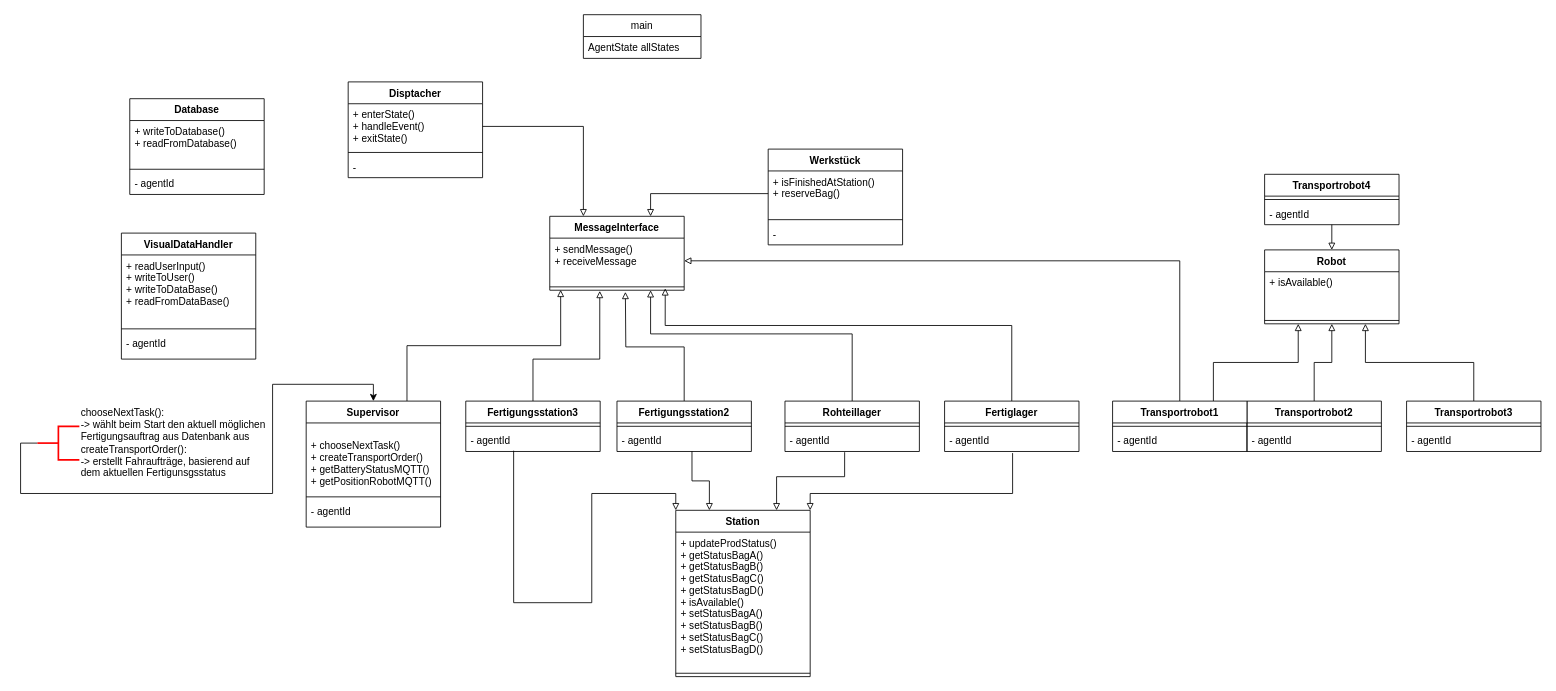
The draw.io diagram Planung/Klassendiagramm.drawio in Nuramon4/Gewerk1, before the edit. Source tidied: cells renumbered, new cells numbered last; positions are measured from the earlier drawing's top-left corner, leaving out a move shared by most shapes. Both pictures are drawn from the tidied source at 84%, with x=0, y=0 at pixel (20, 14).
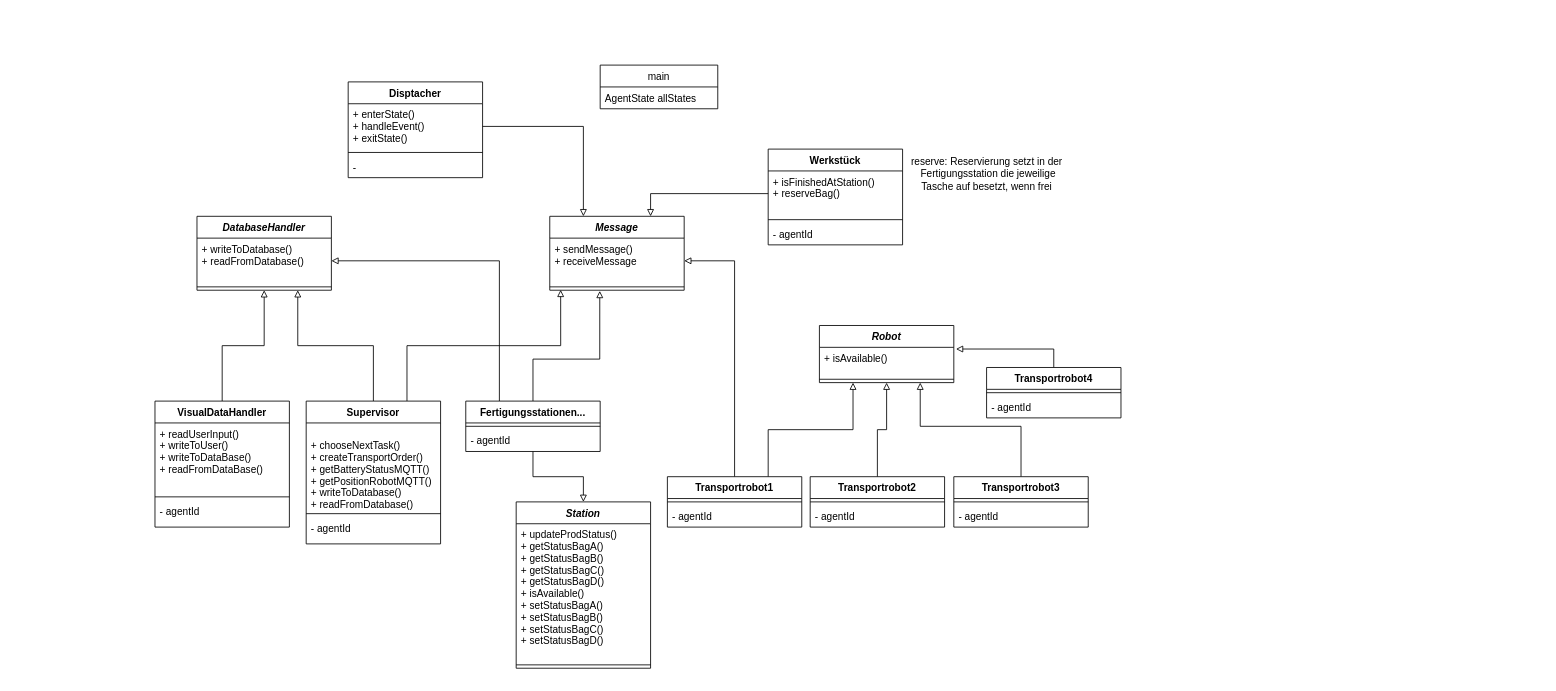
The same diagram, later.

Commit message (it also covers changes not shown here):
alternatives KLD hinzugefpgt, Fahraufträge einzeln, ER-Diagramm erweitert, sontige Anpassungen

Unchanged cells that the change refers to:
```xml
<mxCell id="5" value="- agentId" style="text;strokeColor=none;fillColor=none;align=left;verticalAlign=top;spacingLeft=4;spacingRight=4;overflow=hidden;points=[[0,0.5],[1,0.5]];portConstraint=eastwest;" parent="3" vertex="1">
  <mxGeometry y="34" width="160" height="26" as="geometry" />
</mxCell>
<mxCell id="15" value="Werkstück" style="swimlane;fontStyle=1;align=center;verticalAlign=top;horizontal=1;startSize=26;" parent="1" vertex="1">
  <mxGeometry x="890" y="160" width="160" height="114" as="geometry" />
</mxCell>
<mxCell id="53" style="line;strokeWidth=1;fillColor=none;align=left;verticalAlign=middle;spacingTop=-1;spacingLeft=3;spacingRight=3;labelPosition=right;points=[];portConstraint=eastwest;strokeColor=inherit;" parent="51" vertex="1">
  <mxGeometry y="80" width="160" height="8" as="geometry" />
</mxCell>
<mxCell id="64" value="+ writeToDatabase()&#10;+ readFromDatabase()" style="text;strokeColor=none;fillColor=none;align=left;verticalAlign=top;spacingLeft=4;spacingRight=4;overflow=hidden;points=[[0,0.5],[1,0.5]];portConstraint=eastwest;" parent="63" vertex="1">
  <mxGeometry y="26" width="160" height="54" as="geometry" />
</mxCell>
```

What changed in the source:
```diff
@@
+    <mxCell id="75" style="edgeStyle=orthogonalEdgeStyle;rounded=0;jettySize=auto;html=1;exitX=0.25;exitY=0;exitDx=0;exitDy=0;entryX=1;entryY=0.5;entryDx=0;entryDy=0;endArrow=block;endFill=0;" parent="1" edge="1" source="3" target="64">
+      <mxGeometry relative="1" as="geometry" />
+    </mxCell>
+    <mxCell id="76" style="edgeStyle=orthogonalEdgeStyle;rounded=0;jettySize=auto;html=1;exitX=0.5;exitY=1;exitDx=0;exitDy=0;entryX=0.5;entryY=0;entryDx=0;entryDy=0;endArrow=block;endFill=0;" parent="1" edge="1" source="3" target="60">
+      <mxGeometry relative="1" as="geometry" />
+    </mxCell>
-    <mxCell id="3" value="Fertigungsstation3" style="swimlane;fontStyle=1;align=center;verticalAlign=top;horizontal=1;startSize=26;" parent="1" vertex="1">
+    <mxCell id="3" value="Fertigungsstationen..." style="swimlane;fontStyle=1;align=center;verticalAlign=top;horizontal=1;startSize=26;" parent="1" vertex="1">
       <mxGeometry x="530" y="460" width="160" height="60" as="geometry" />
     </mxCell>
@@
-    <mxCell id="6" style="edgeStyle=orthogonalEdgeStyle;rounded=0;jettySize=auto;html=1;exitX=0.5;exitY=0;exitDx=0;exitDy=0;entryX=0.75;entryY=1;entryDx=0;entryDy=0;startArrow=none;startFill=0;endArrow=block;endFill=0;" parent="1" edge="1" source="7" target="68">
-      <mxGeometry relative="1" as="geometry" />
+    <mxCell id="6" style="edgeStyle=orthogonalEdgeStyle;rounded=0;jettySize=auto;html=1;exitX=0.5;exitY=0;exitDx=0;exitDy=0;entryX=0.75;entryY=1;entryDx=0;entryDy=0;startArrow=none;startFill=0;endArrow=block;endFill=0;" parent="1" edge="1" target="68">
+      <mxGeometry relative="1" as="geometry">
+        <mxPoint x="1191" y="550" as="sourcePoint" />
+        <Array as="points">
+          <mxPoint x="1191" y="490" />
+          <mxPoint x="1071" y="490" />
+        </Array>
+      </mxGeometry>
     </mxCell>
     <mxCell id="7" value="Transportrobot3" style="swimlane;fontStyle=1;align=center;verticalAlign=top;horizontal=1;startSize=26;" parent="1" vertex="1">
-      <mxGeometry x="1650" y="460" width="160" height="60" as="geometry" />
+      <mxGeometry x="1111" y="550" width="160" height="60" as="geometry" />
     </mxCell>
@@
+    <mxCell id="77" style="edgeStyle=orthogonalEdgeStyle;rounded=0;jettySize=auto;html=1;exitX=0.5;exitY=0;exitDx=0;exitDy=0;entryX=0.75;entryY=1;entryDx=0;entryDy=0;endArrow=block;endFill=0;" parent="1" edge="1" source="11" target="63">
+      <mxGeometry relative="1" as="geometry" />
+    </mxCell>
     <mxCell id="11" value="Supervisor" style="swimlane;fontStyle=1;align=center;verticalAlign=top;horizontal=1;startSize=26;" parent="1" vertex="1">
-      <mxGeometry x="340" y="460" width="160" height="150" as="geometry" />
+      <mxGeometry x="340" y="460" width="160" height="170" as="geometry" />
     </mxCell>
-    <mxCell id="12" value="&#10;+ chooseNextTask()&#10;+ createTransportOrder()&#10;+ getBatteryStatusMQTT()&#10;+ getPositionRobotMQTT()&#10;" style="text;strokeColor=none;fillColor=none;align=left;verticalAlign=top;spacingLeft=4;spacingRight=4;overflow=hidden;" parent="11" vertex="1">
-      <mxGeometry y="26" width="160" height="84" as="geometry" />
+    <mxCell id="12" value="&#10;+ chooseNextTask()&#10;+ createTransportOrder()&#10;+ getBatteryStatusMQTT()&#10;+ getPositionRobotMQTT()&#10;+ writeToDatabase()&#10;+ readFromDatabase()&#10;" style="text;strokeColor=none;fillColor=none;align=left;verticalAlign=top;spacingLeft=4;spacingRight=4;overflow=hidden;" parent="11" vertex="1">
+      <mxGeometry y="26" width="160" height="104" as="geometry" />
     </mxCell>
     <mxCell id="13" style="line;strokeWidth=1;fillColor=none;align=left;verticalAlign=middle;spacingTop=-1;spacingLeft=3;spacingRight=3;labelPosition=right;strokeColor=inherit;" parent="11" vertex="1">
-      <mxGeometry y="110" width="160" height="8" as="geometry" />
+      <mxGeometry y="130" width="160" height="8" as="geometry" />
     </mxCell>
     <mxCell id="14" value="- agentId" style="text;strokeColor=none;fillColor=none;align=left;verticalAlign=top;spacingLeft=4;spacingRight=4;overflow=hidden;" parent="11" vertex="1">
-      <mxGeometry y="118" width="160" height="32" as="geometry" />
+      <mxGeometry y="138" width="160" height="32" as="geometry" />
     </mxCell>
@@
-    <mxCell id="18" value="-" style="text;strokeColor=none;fillColor=none;align=left;verticalAlign=top;spacingLeft=4;spacingRight=4;overflow=hidden;" parent="15" vertex="1">
+    <mxCell id="18" value="- agentId" style="text;strokeColor=none;fillColor=none;align=left;verticalAlign=top;spacingLeft=4;spacingRight=4;overflow=hidden;" parent="15" vertex="1">
       <mxGeometry y="88" width="160" height="26" as="geometry" />
     </mxCell>
     <mxCell id="19" value="main" style="swimlane;fontStyle=0;horizontal=1;startSize=26;fillColor=none;" parent="1" vertex="1">
-      <mxGeometry x="670" width="140" height="52" as="geometry" />
+      <mxGeometry x="690" y="60" width="140" height="52" as="geometry" />
     </mxCell>
@@
-    <mxCell id="25" style="edgeStyle=orthogonalEdgeStyle;rounded=0;jettySize=auto;html=1;exitX=0.5;exitY=0;exitDx=0;exitDy=0;entryX=0.75;entryY=1;entryDx=0;entryDy=0;endArrow=block;endFill=0;" parent="1" edge="1" source="26" target="51">
-      <mxGeometry relative="1" as="geometry">
-        <Array as="points">
-          <mxPoint x="990" y="380" />
-          <mxPoint x="750" y="380" />
-        </Array>
-      </mxGeometry>
-    </mxCell>
-    <mxCell id="26" value="Rohteillager" style="swimlane;fontStyle=1;align=center;verticalAlign=top;horizontal=1;startSize=26;" parent="1" vertex="1">
-      <mxGeometry x="910" y="460" width="160" height="60" as="geometry" />
-    </mxCell>
-    <mxCell id="27" style="line;strokeWidth=1;fillColor=none;align=left;verticalAlign=middle;spacingTop=-1;spacingLeft=3;spacingRight=3;labelPosition=right;strokeColor=inherit;" parent="26" vertex="1">
-      <mxGeometry y="26" width="160" height="8" as="geometry" />
-    </mxCell>
-    <mxCell id="28" value="- agentId" style="text;strokeColor=none;fillColor=none;align=left;verticalAlign=top;spacingLeft=4;spacingRight=4;overflow=hidden;points=[[0,0.5],[1,0.5]];portConstraint=eastwest;" parent="26" vertex="1">
-      <mxGeometry y="34" width="160" height="26" as="geometry" />
-    </mxCell>
-    <mxCell id="29" style="edgeStyle=orthogonalEdgeStyle;rounded=0;jettySize=auto;html=1;exitX=0.5;exitY=0;exitDx=0;exitDy=0;entryX=0.859;entryY=0.716;entryDx=0;entryDy=0;entryPerimeter=0;endArrow=block;endFill=0;" parent="1" edge="1" source="30" target="53">
-      <mxGeometry relative="1" as="geometry">
-        <Array as="points">
-          <mxPoint x="1180" y="370" />
-          <mxPoint x="767" y="370" />
-        </Array>
-      </mxGeometry>
-    </mxCell>
-    <mxCell id="30" value="Fertiglager" style="swimlane;fontStyle=1;align=center;verticalAlign=top;horizontal=1;startSize=26;" parent="1" vertex="1">
-      <mxGeometry x="1100" y="460" width="160" height="60" as="geometry" />
-    </mxCell>
-    <mxCell id="31" style="line;strokeWidth=1;fillColor=none;align=left;verticalAlign=middle;spacingTop=-1;spacingLeft=3;spacingRight=3;labelPosition=right;strokeColor=inherit;" parent="30" vertex="1">
-      <mxGeometry y="26" width="160" height="8" as="geometry" />
-    </mxCell>
-    <mxCell id="32" value="- agentId" style="text;strokeColor=none;fillColor=none;align=left;verticalAlign=top;spacingLeft=4;spacingRight=4;overflow=hidden;points=[[0,0.5],[1,0.5]];portConstraint=eastwest;" parent="30" vertex="1">
-      <mxGeometry y="34" width="160" height="26" as="geometry" />
-    </mxCell>
-    <mxCell id="33" style="edgeStyle=orthogonalEdgeStyle;rounded=0;jettySize=auto;html=1;exitX=0.5;exitY=0;exitDx=0;exitDy=0;endArrow=block;endFill=0;" parent="1" edge="1" source="34">
-      <mxGeometry relative="1" as="geometry">
-        <mxPoint x="720" y="330" as="targetPoint" />
-      </mxGeometry>
-    </mxCell>
-    <mxCell id="34" value="Fertigungsstation2" style="swimlane;fontStyle=1;align=center;verticalAlign=top;horizontal=1;startSize=26;" parent="1" vertex="1">
-      <mxGeometry x="710" y="460" width="160" height="60" as="geometry" />
-    </mxCell>
-    <mxCell id="35" style="line;strokeWidth=1;fillColor=none;align=left;verticalAlign=middle;spacingTop=-1;spacingLeft=3;spacingRight=3;labelPosition=right;strokeColor=inherit;" parent="34" vertex="1">
-      <mxGeometry y="26" width="160" height="8" as="geometry" />
-    </mxCell>
-    <mxCell id="36" value="- agentId" style="text;strokeColor=none;fillColor=none;align=left;verticalAlign=top;spacingLeft=4;spacingRight=4;overflow=hidden;points=[[0,0.5],[1,0.5]];portConstraint=eastwest;" parent="34" vertex="1">
-      <mxGeometry y="34" width="160" height="26" as="geometry" />
-    </mxCell>
@@
     <mxCell id="38" value="Transportrobot2" style="swimlane;fontStyle=1;align=center;verticalAlign=top;horizontal=1;startSize=26;" parent="1" vertex="1">
-      <mxGeometry x="1460" y="460" width="160" height="60" as="geometry" />
+      <mxGeometry x="940" y="550" width="160" height="60" as="geometry" />
     </mxCell>
@@
     <mxCell id="43" value="Transportrobot1" style="swimlane;fontStyle=1;align=center;verticalAlign=top;horizontal=1;startSize=26;" parent="1" vertex="1">
-      <mxGeometry x="1300" y="460" width="160" height="60" as="geometry" />
+      <mxGeometry x="770" y="550" width="160" height="60" as="geometry" />
     </mxCell>
@@
+    <mxCell id="78" style="edgeStyle=orthogonalEdgeStyle;rounded=0;jettySize=auto;html=1;exitX=0.5;exitY=0;exitDx=0;exitDy=0;entryX=1.016;entryY=0.059;entryDx=0;entryDy=0;entryPerimeter=0;endArrow=block;endFill=0;" parent="1" edge="1" source="46" target="69">
+      <mxGeometry relative="1" as="geometry" />
+    </mxCell>
     <mxCell id="46" value="Transportrobot4" style="swimlane;fontStyle=1;align=center;verticalAlign=top;horizontal=1;startSize=26;" parent="1" vertex="1">
-      <mxGeometry x="1481" y="190" width="160" height="60" as="geometry" />
+      <mxGeometry x="1150" y="420" width="160" height="60" as="geometry" />
     </mxCell>
@@
-    <mxCell id="49" style="edgeStyle=orthogonalEdgeStyle;rounded=0;jettySize=auto;html=1;exitX=0;exitY=0.5;exitDx=0;exitDy=0;exitPerimeter=0;entryX=0.5;entryY=0;entryDx=0;entryDy=0;" parent="1" edge="1" source="50" target="11">
-      <mxGeometry relative="1" as="geometry">
-        <Array as="points">
-          <mxPoint y="510" />
-          <mxPoint y="570" />
-          <mxPoint x="300" y="570" />
-          <mxPoint x="300" y="440" />
-          <mxPoint x="420" y="440" />
-        </Array>
-      </mxGeometry>
-    </mxCell>
-    <mxCell id="50" value="chooseNextTask():&lt;br&gt;-&amp;gt; wählt beim Start den aktuell möglichen &lt;br&gt;Fertigungsauftrag aus Datenbank aus&lt;br&gt;createTransportOrder():&lt;br&gt;-&amp;gt; erstellt Fahraufträge, basierend auf &lt;br&gt;dem aktuellen Fertigunsgsstatus" style="strokeWidth=2;html=1;shape=mxgraph.flowchart.annotation_2;align=left;labelPosition=right;strokeColor=#FF0000;fillColor=#FF3333;" parent="1" vertex="1">
-      <mxGeometry x="20" y="490" width="50" height="40" as="geometry" />
-    </mxCell>
-    <mxCell id="51" value="MessageInterface" style="swimlane;fontStyle=1;align=center;verticalAlign=top;horizontal=1;startSize=26;" parent="1" vertex="1">
+    <mxCell id="51" value="Message" style="swimlane;fontStyle=3;align=center;verticalAlign=top;horizontal=1;startSize=26;" parent="1" vertex="1">
       <mxGeometry x="630" y="240" width="160" height="88" as="geometry" />
     </mxCell>
@@
-    <mxCell id="56" style="edgeStyle=orthogonalEdgeStyle;rounded=0;jettySize=auto;html=1;exitX=0;exitY=0;exitDx=0;exitDy=0;entryX=0.356;entryY=0.964;entryDx=0;entryDy=0;entryPerimeter=0;endArrow=none;endFill=0;startArrow=block;startFill=0;" parent="1" edge="1" source="60" target="5">
-      <mxGeometry relative="1" as="geometry">
-        <Array as="points">
-          <mxPoint x="780" y="570" />
-          <mxPoint x="680" y="570" />
-          <mxPoint x="680" y="700" />
-          <mxPoint x="587" y="700" />
-        </Array>
-      </mxGeometry>
-    </mxCell>
-    <mxCell id="57" style="edgeStyle=orthogonalEdgeStyle;rounded=0;jettySize=auto;html=1;exitX=0.25;exitY=0;exitDx=0;exitDy=0;entryX=0.558;entryY=0.986;entryDx=0;entryDy=0;entryPerimeter=0;startArrow=block;startFill=0;endArrow=none;endFill=0;" parent="1" edge="1" source="60" target="36">
-      <mxGeometry relative="1" as="geometry" />
-    </mxCell>
-    <mxCell id="58" style="edgeStyle=orthogonalEdgeStyle;rounded=0;jettySize=auto;html=1;exitX=0.75;exitY=0;exitDx=0;exitDy=0;entryX=0.444;entryY=1.032;entryDx=0;entryDy=0;entryPerimeter=0;startArrow=block;startFill=0;endArrow=none;endFill=0;" parent="1" edge="1" source="60" target="28">
-      <mxGeometry relative="1" as="geometry">
-        <Array as="points">
-          <mxPoint x="900" y="550" />
-          <mxPoint x="981" y="550" />
-        </Array>
-      </mxGeometry>
-    </mxCell>
-    <mxCell id="59" style="edgeStyle=orthogonalEdgeStyle;rounded=0;jettySize=auto;html=1;exitX=1;exitY=0;exitDx=0;exitDy=0;entryX=0.506;entryY=1.072;entryDx=0;entryDy=0;entryPerimeter=0;startArrow=block;startFill=0;endArrow=none;endFill=0;" parent="1" edge="1" source="60" target="32">
-      <mxGeometry relative="1" as="geometry">
-        <Array as="points">
-          <mxPoint x="940" y="570" />
-          <mxPoint x="1181" y="570" />
-        </Array>
-      </mxGeometry>
-    </mxCell>
-    <mxCell id="60" value="Station&#10;" style="swimlane;fontStyle=1;align=center;verticalAlign=top;horizontal=1;startSize=26;" parent="1" vertex="1">
-      <mxGeometry x="780" y="590" width="160" height="198" as="geometry" />
+    <mxCell id="60" value="Station&#10;" style="swimlane;fontStyle=3;align=center;verticalAlign=top;horizontal=1;startSize=26;" parent="1" vertex="1">
+      <mxGeometry x="590" y="580" width="160" height="198" as="geometry" />
     </mxCell>
@@
-    <mxCell id="63" value="Database" style="swimlane;fontStyle=1;align=center;verticalAlign=top;horizontal=1;startSize=26;" parent="1" vertex="1">
-      <mxGeometry x="130" y="100" width="160" height="114" as="geometry" />
+    <mxCell id="63" value="DatabaseHandler" style="swimlane;fontStyle=3;align=center;verticalAlign=top;horizontal=1;startSize=26;" parent="1" vertex="1">
+      <mxGeometry x="210" y="240" width="160" height="88" as="geometry" />
     </mxCell>
@@
-    <mxCell id="66" value="- agentId" style="text;strokeColor=none;fillColor=none;align=left;verticalAlign=top;spacingLeft=4;spacingRight=4;overflow=hidden;" parent="63" vertex="1">
-      <mxGeometry y="88" width="160" height="26" as="geometry" />
-    </mxCell>
-    <mxCell id="67" style="edgeStyle=orthogonalEdgeStyle;rounded=0;jettySize=auto;html=1;exitX=0.5;exitY=0;exitDx=0;exitDy=0;startArrow=block;startFill=0;endArrow=none;endFill=0;" parent="1" edge="1" source="68">
-      <mxGeometry relative="1" as="geometry">
-        <mxPoint x="1561" y="250" as="targetPoint" />
-      </mxGeometry>
-    </mxCell>
-    <mxCell id="68" value="Robot" style="swimlane;fontStyle=1;align=center;verticalAlign=top;horizontal=1;startSize=26;" parent="1" vertex="1">
-      <mxGeometry x="1481" y="280" width="160" height="88" as="geometry" />
+    <mxCell id="68" value="Robot" style="swimlane;fontStyle=3;align=center;verticalAlign=top;horizontal=1;startSize=26;" parent="1" vertex="1">
+      <mxGeometry x="951" y="370" width="160" height="68" as="geometry" />
     </mxCell>
     <mxCell id="69" value="+ isAvailable()  " style="text;strokeColor=none;fillColor=none;align=left;verticalAlign=top;spacingLeft=4;spacingRight=4;overflow=hidden;points=[[0,0.5],[1,0.5]];portConstraint=eastwest;" parent="68" vertex="1">
-      <mxGeometry y="26" width="160" height="54" as="geometry" />
+      <mxGeometry y="26" width="160" height="34" as="geometry" />
     </mxCell>
     <mxCell id="70" style="line;strokeWidth=1;fillColor=none;align=left;verticalAlign=middle;spacingTop=-1;spacingLeft=3;spacingRight=3;labelPosition=right;strokeColor=inherit;" parent="68" vertex="1">
-      <mxGeometry y="80" width="160" height="8" as="geometry" />
+      <mxGeometry y="60" width="160" height="8" as="geometry" />
     </mxCell>
+    <mxCell id="79" style="edgeStyle=orthogonalEdgeStyle;rounded=0;jettySize=auto;html=1;exitX=0.5;exitY=0;exitDx=0;exitDy=0;entryX=0.5;entryY=1;entryDx=0;entryDy=0;endArrow=block;endFill=0;" parent="1" edge="1" source="71" target="63">
+      <mxGeometry relative="1" as="geometry" />
+    </mxCell>
     <mxCell id="71" value="VisualDataHandler" style="swimlane;fontStyle=1;align=center;verticalAlign=top;horizontal=1;startSize=26;" parent="1" vertex="1">
-      <mxGeometry x="120" y="260" width="160" height="150" as="geometry" />
+      <mxGeometry x="160" y="460" width="160" height="150" as="geometry" />
     </mxCell>
@@
+    <mxCell id="80" value="reserve: Reservierung setzt in der&lt;br&gt;&amp;nbsp;Fertigungsstation die jeweilige &lt;br&gt;Tasche auf besetzt, wenn frei" style="text;html=1;align=center;verticalAlign=middle;strokeColor=none;fillColor=none;" parent="1" vertex="1">
+      <mxGeometry x="1050" y="160" width="200" height="60" as="geometry" />
+    </mxCell>
```
